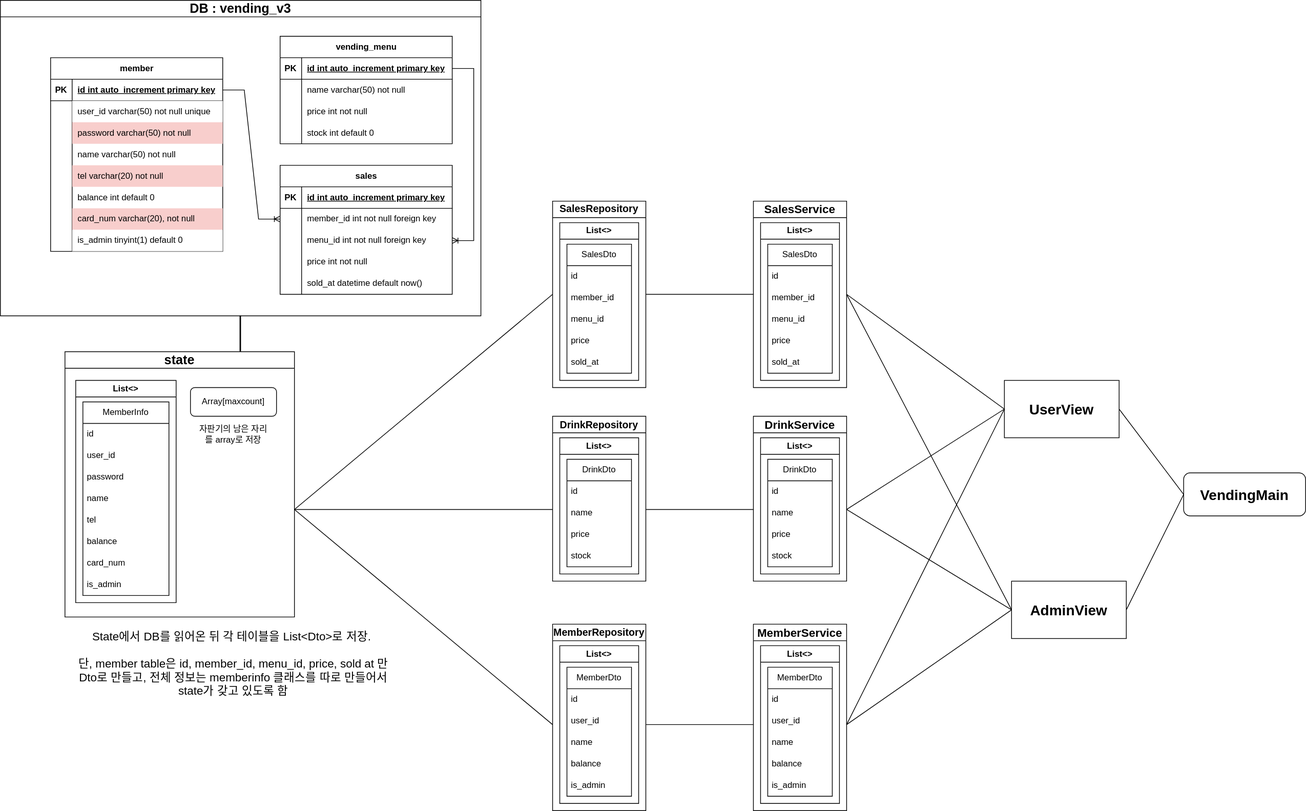
The draw.io diagram Vending_v3.drawio.svg in JephyrWing/vending_v3, before a commit. Source tidied: cells renumbered, new cells last; positions are measured from the earlier drawing's top-left corner, leaving out a move shared by most shapes.
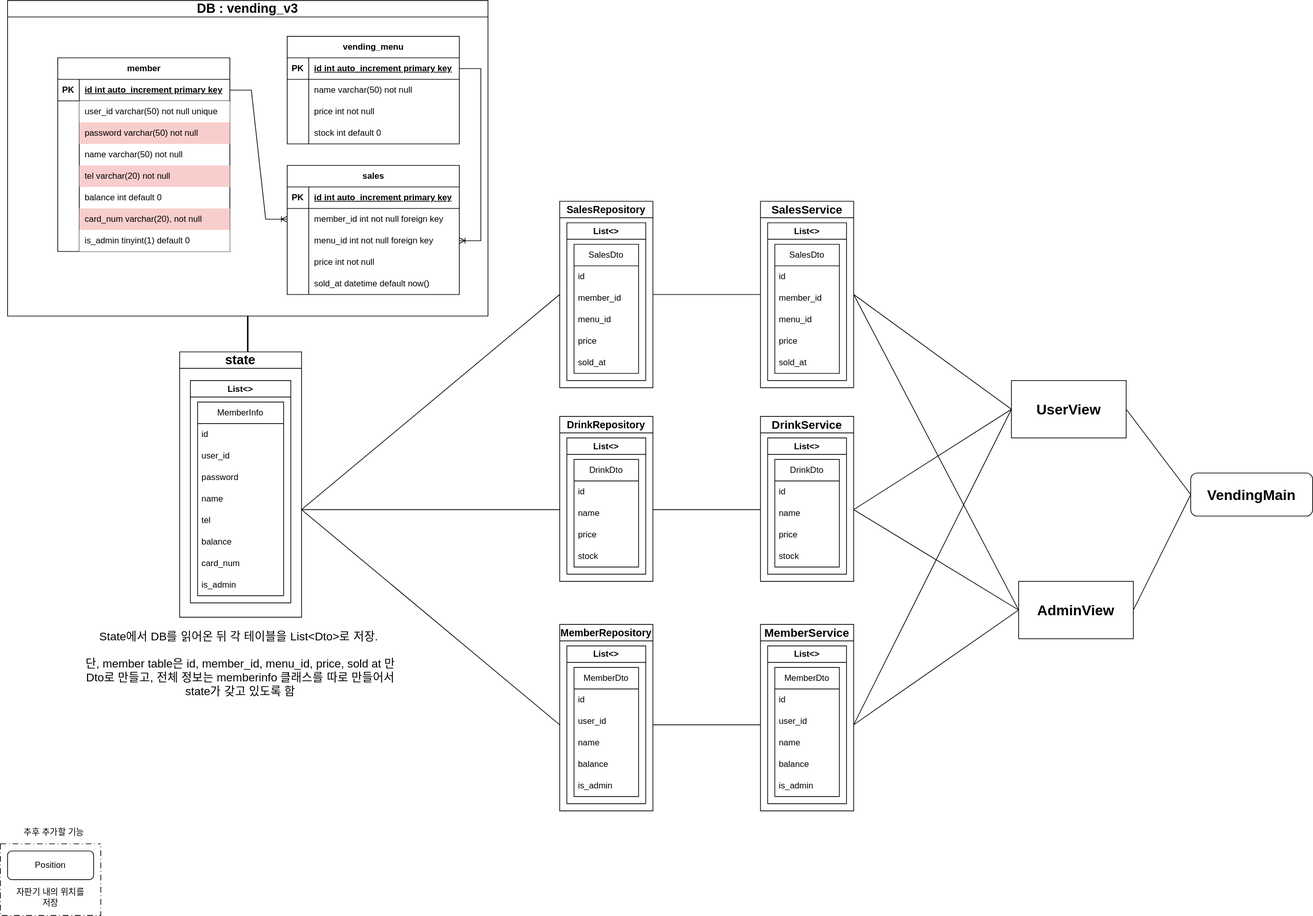
Above is the later version.

What changed in the source:
```diff
@@ -177,7 +177,7 @@
       <mxGeometry x="310" y="460" width="50" height="10" as="geometry" />
     </mxCell>
     <mxCell id="60" value="&lt;font style=&quot;font-size: 18px;&quot;&gt;state&lt;/font&gt;" style="swimlane;whiteSpace=wrap;html=1;" parent="1" vertex="1">
-      <mxGeometry x="90" y="490" width="320" height="370" as="geometry" />
+      <mxGeometry x="240" y="490" width="170" height="370" as="geometry" />
     </mxCell>
     <mxCell id="61" style="group;" parent="60" vertex="1">
       <mxGeometry x="15" y="40" width="140" height="310" as="geometry" />
@@ -212,12 +212,6 @@
     <mxCell id="71" value="List&amp;lt;&amp;gt;" style="swimlane;whiteSpace=wrap;html=1;" parent="61" vertex="1">
       <mxGeometry width="140" height="310" as="geometry" />
     </mxCell>
-    <mxCell id="72" value="Array[maxcount]" style="rounded=1;whiteSpace=wrap;html=1;" parent="60" vertex="1">
-      <mxGeometry x="175" y="50" width="120" height="40" as="geometry" />
-    </mxCell>
-    <mxCell id="73" value="자판기의 남은 자리를 array로 저장" style="text;html=1;whiteSpace=wrap;strokeColor=none;fillColor=none;align=center;verticalAlign=middle;rounded=0;" parent="60" vertex="1">
-      <mxGeometry x="185" y="100" width="100" height="30" as="geometry" />
-    </mxCell>
     <mxCell id="74" style="endArrow=none;html=1;rounded=0;" parent="1" edge="1">
       <mxGeometry relative="1" as="geometry">
         <mxPoint x="410" y="710" as="sourcePoint" />
@@ -455,5 +449,17 @@
     <mxCell id="141" value="&lt;font style=&quot;font-size: 16px;&quot;&gt;State에서 DB를 읽어온 뒤 각 테이블을 List&amp;lt;Dto&amp;gt;로 저장.&amp;nbsp;&lt;/font&gt;&lt;div&gt;&lt;font style=&quot;font-size: 16px;&quot;&gt;&lt;br&gt;&lt;/font&gt;&lt;/div&gt;&lt;div&gt;&lt;font style=&quot;font-size: 16px;&quot;&gt;단, member table은 id, member_id, menu_id, price, sold at 만 Dto로 만들고, 전체 정보는 memberinfo 클래스를 따로 만들어서 state가 갖고 있도록 함&lt;/font&gt;&lt;/div&gt;" style="text;html=1;whiteSpace=wrap;strokeColor=none;fillColor=none;align=center;verticalAlign=middle;rounded=0;" parent="1" vertex="1">
       <mxGeometry x="95" y="880" width="460" height="90" as="geometry" />
     </mxCell>
+    <mxCell id="72" value="Position" style="rounded=1;whiteSpace=wrap;html=1;" parent="1" vertex="1">
+      <mxGeometry y="1186" width="120" height="40" as="geometry" />
+    </mxCell>
+    <mxCell id="73" value="자판기 내의 위치를 저장" style="text;html=1;whiteSpace=wrap;strokeColor=none;fillColor=none;align=center;verticalAlign=middle;rounded=0;" parent="1" vertex="1">
+      <mxGeometry x="10" y="1236" width="100" height="30" as="geometry" />
+    </mxCell>
+    <mxCell id="142" style="swimlane;startSize=0;fillColor=none;dashed=1;dashPattern=8 4 1 4;" parent="1" vertex="1">
+      <mxGeometry x="-10" y="1176" width="140" height="100" as="geometry" />
+    </mxCell>
+    <mxCell id="143" value="추후 추가할 기능" style="text;html=1;whiteSpace=wrap;strokeColor=none;fillColor=none;align=center;verticalAlign=middle;rounded=0;" parent="1" vertex="1">
+      <mxGeometry x="10" y="1145" width="110" height="30" as="geometry" />
+    </mxCell>
   </root>
 </mxGraphModel>
```
